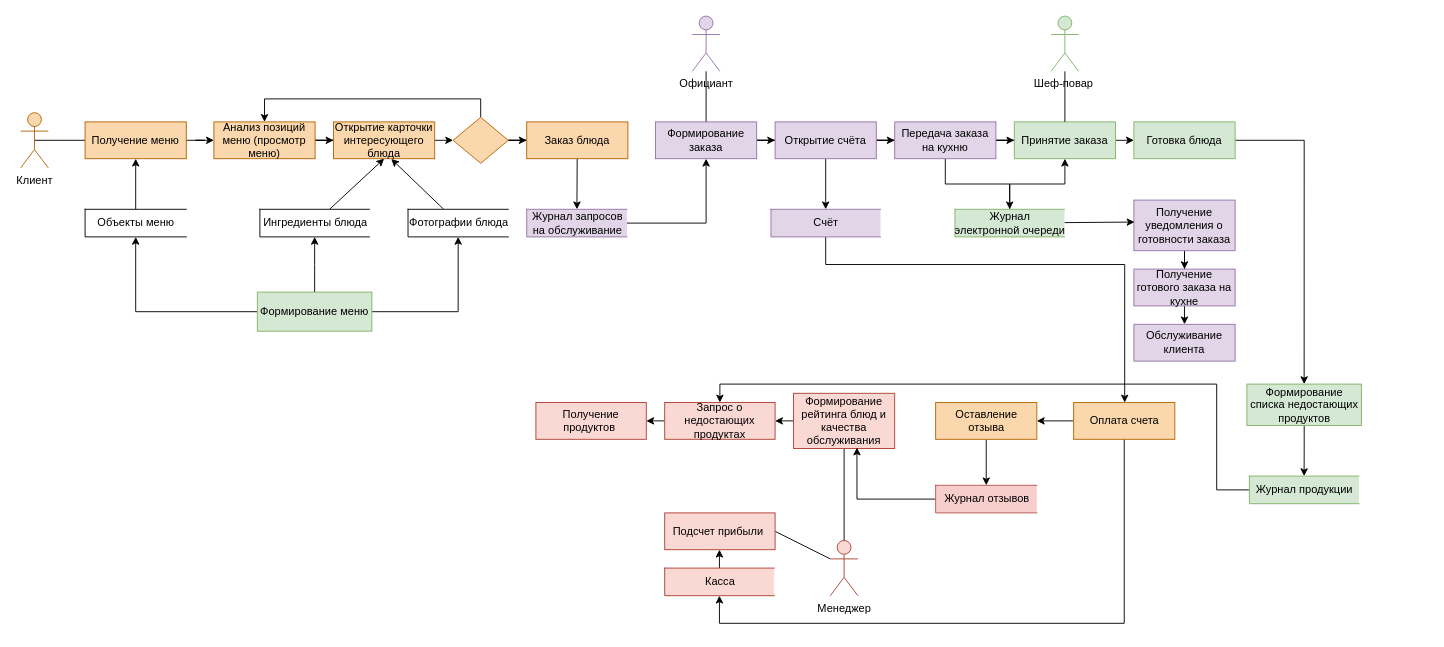
Earlier version of the draw.io diagram DFD-diagram.drawio (maria-kuchina262002/mypracticework). Source tidied: cells renumbered, new cells numbered last; positions are measured from the earlier drawing's top-left corner, leaving out a move shared by most shapes. Both pictures are drawn from the tidied source at 92%, with x=0, y=0 at pixel (20, 16).
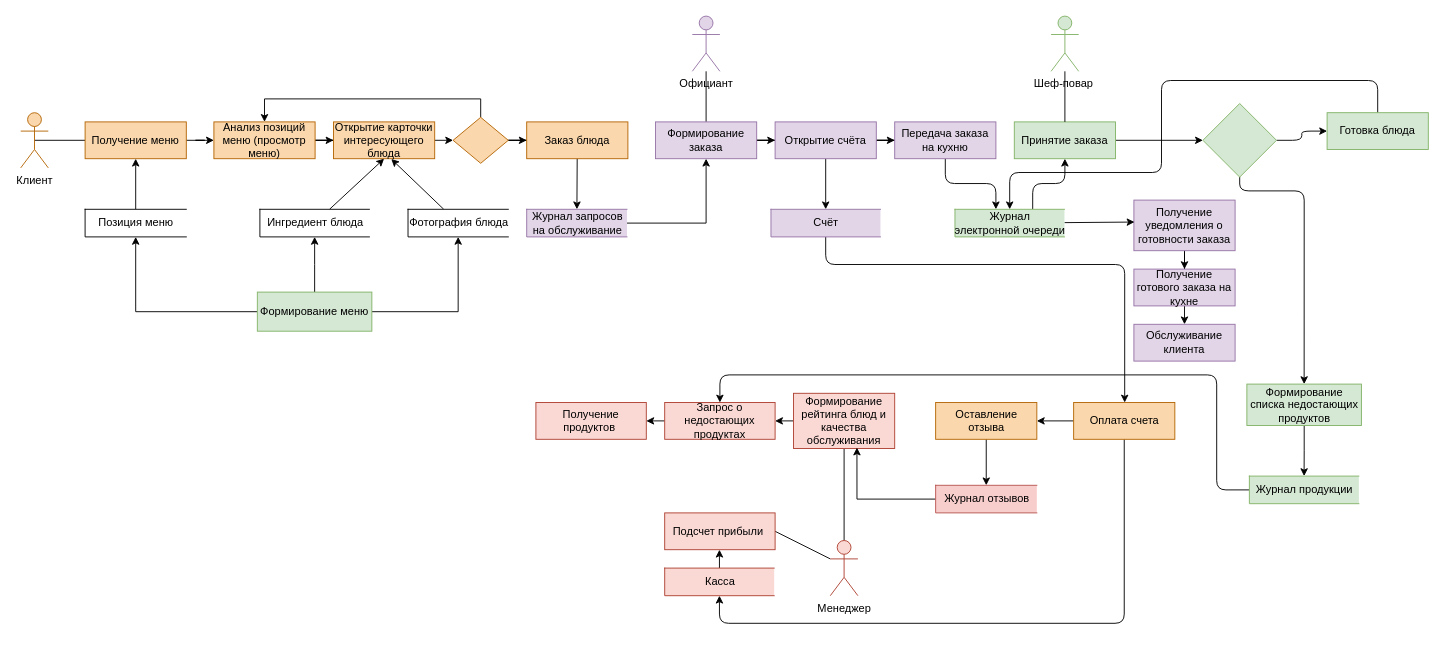
The same diagram, later.

The change refers to these unchanged cells:
```xml
<mxCell id="24" value="Передача заказа на кухню" style="rounded=0;whiteSpace=wrap;html=1;fillColor=#e1d5e7;strokeColor=#9673a6;" parent="1" vertex="1">
  <mxGeometry x="950" y="115" width="110" height="40" as="geometry" />
</mxCell>
<mxCell id="26" value="Принятие заказа" style="rounded=0;whiteSpace=wrap;html=1;fillColor=#d5e8d4;strokeColor=#82b366;" parent="1" vertex="1">
  <mxGeometry x="1080" y="115" width="110" height="40" as="geometry" />
</mxCell>
<mxCell id="34" value="Оплата счета" style="rounded=0;whiteSpace=wrap;html=1;fillColor=#fad7ac;strokeColor=#b46504;" parent="1" vertex="1">
  <mxGeometry x="1144.5" y="420" width="110" height="40" as="geometry" />
</mxCell>
<mxCell id="42" value="Запрос о недостающих продуктах" style="rounded=0;whiteSpace=wrap;html=1;fillColor=#fad9d5;strokeColor=#ae4132;" parent="1" vertex="1">
  <mxGeometry x="700" y="420" width="120" height="40" as="geometry" />
</mxCell>
<mxCell id="58" value="Журнал &lt;br&gt;электронной очереди" style="html=1;dashed=0;whitespace=wrap;shape=partialRectangle;right=0;fillColor=#d5e8d4;strokeColor=#82b366;" parent="1" vertex="1">
  <mxGeometry x="1015.5" y="210" width="119" height="30" as="geometry" />
</mxCell>
<mxCell id="62" value="Касса" style="html=1;dashed=0;whitespace=wrap;shape=partialRectangle;right=0;fillColor=#fad9d5;strokeColor=#ae4132;" parent="1" vertex="1">
  <mxGeometry x="700" y="600" width="119" height="30" as="geometry" />
</mxCell>
<mxCell id="68" value="Формирование списка недостающих продуктов" style="rounded=0;whiteSpace=wrap;html=1;fillColor=#d5e8d4;strokeColor=#82b366;" parent="1" vertex="1">
  <mxGeometry x="1332.8" y="400" width="124.5" height="45" as="geometry" />
</mxCell>
<mxCell id="69" value="Журнал продукции" style="html=1;dashed=0;whitespace=wrap;shape=partialRectangle;right=0;fillColor=#d5e8d4;strokeColor=#82b366;" parent="1" vertex="1">
  <mxGeometry x="1335.5" y="500" width="119" height="30" as="geometry" />
</mxCell>
<mxCell id="71" value="Счёт" style="html=1;dashed=0;whitespace=wrap;shape=partialRectangle;right=0;fillColor=#e1d5e7;strokeColor=#9673a6;" parent="1" vertex="1">
  <mxGeometry x="815.5" y="210" width="119" height="30" as="geometry" />
</mxCell>
```

The edit, as a diff of the source:
```diff
@@
-    <mxCell id="22" style="edgeStyle=orthogonalEdgeStyle;rounded=0;jettySize=auto;html=1;exitX=1;exitY=0.5;exitDx=0;exitDy=0;endArrow=classic;endFill=1;strokeColor=default;" parent="1" edge="1" source="24" target="26">
-      <mxGeometry relative="1" as="geometry" />
-    </mxCell>
-    <mxCell id="23" style="edgeStyle=orthogonalEdgeStyle;rounded=0;jettySize=auto;html=1;" parent="1" edge="1" source="24" target="58">
-      <mxGeometry relative="1" as="geometry" />
+    <mxCell id="23" style="edgeStyle=orthogonalEdgeStyle;rounded=1;jettySize=auto;html=1;" parent="1" edge="1" source="24" target="58">
+      <mxGeometry relative="1" as="geometry">
+        <Array as="points">
+          <mxPoint x="1005" y="182" />
+          <mxPoint x="1060" y="182" />
+        </Array>
+      </mxGeometry>
     </mxCell>
@@
-    <mxCell id="25" style="edgeStyle=none;rounded=0;jettySize=auto;html=1;startArrow=none;startFill=0;endArrow=classic;endFill=1;" parent="1" edge="1" source="26">
-      <mxGeometry relative="1" as="geometry">
-        <mxPoint x="1210" y="135" as="targetPoint" />
-      </mxGeometry>
-    </mxCell>
+    <mxCell id="76" style="edgeStyle=orthogonalEdgeStyle;rounded=1;jettySize=auto;html=1;" parent="1" edge="1" source="26" target="79">
+      <mxGeometry relative="1" as="geometry" />
+    </mxCell>
@@
-    <mxCell id="33" style="edgeStyle=orthogonalEdgeStyle;rounded=0;jettySize=auto;html=1;entryX=0.5;entryY=1;entryDx=0;entryDy=0;startArrow=none;startFill=0;endArrow=classic;endFill=1;" parent="1" edge="1" source="34" target="62">
+    <mxCell id="33" style="edgeStyle=orthogonalEdgeStyle;rounded=1;jettySize=auto;html=1;entryX=0.5;entryY=1;entryDx=0;entryDy=0;startArrow=none;startFill=0;endArrow=classic;endFill=1;" parent="1" edge="1" source="34" target="62">
       <mxGeometry relative="1" as="geometry">
         <Array as="points">
           <mxPoint x="1200" y="660" />
           <mxPoint x="760" y="660" />
         </Array>
       </mxGeometry>
     </mxCell>
@@
-    <mxCell id="41" style="edgeStyle=orthogonalEdgeStyle;rounded=0;jettySize=auto;html=1;entryX=0;entryY=0.5;entryDx=0;entryDy=0;startArrow=classic;startFill=1;endArrow=none;endFill=0;" parent="1" edge="1" source="42" target="69">
+    <mxCell id="41" style="edgeStyle=orthogonalEdgeStyle;rounded=1;jettySize=auto;html=1;entryX=0;entryY=0.5;entryDx=0;entryDy=0;startArrow=classic;startFill=1;endArrow=none;endFill=0;" parent="1" edge="1" source="42" target="69">
       <mxGeometry relative="1" as="geometry">
         <Array as="points">
-          <mxPoint x="760" y="400" />
-          <mxPoint x="1300" y="400" />
+          <mxPoint x="760" y="390" />
+          <mxPoint x="1300" y="390" />
           <mxPoint x="1300" y="515" />
         </Array>
       </mxGeometry>
     </mxCell>
@@
-    <mxCell id="48" value="Объекты меню" style="html=1;dashed=0;whitespace=wrap;shape=partialRectangle;right=0;" parent="1" vertex="1">
+    <mxCell id="48" value="Позиция меню" style="html=1;dashed=0;whitespace=wrap;shape=partialRectangle;right=0;" parent="1" vertex="1">
       <mxGeometry x="70" y="210" width="110" height="30" as="geometry" />
     </mxCell>
@@
-    <mxCell id="50" value="Ингредиенты блюда" style="html=1;dashed=0;whitespace=wrap;shape=partialRectangle;right=0;" parent="1" vertex="1">
+    <mxCell id="50" value="Ингредиент блюда" style="html=1;dashed=0;whitespace=wrap;shape=partialRectangle;right=0;" parent="1" vertex="1">
       <mxGeometry x="260" y="210" width="119" height="30" as="geometry" />
     </mxCell>
@@
-    <mxCell id="52" value="Фотографии блюда" style="html=1;dashed=0;whitespace=wrap;shape=partialRectangle;right=0;" parent="1" vertex="1">
+    <mxCell id="52" value="Фотография блюда" style="html=1;dashed=0;whitespace=wrap;shape=partialRectangle;right=0;" parent="1" vertex="1">
       <mxGeometry x="421" y="210" width="109" height="30" as="geometry" />
     </mxCell>
@@
-    <mxCell id="56" style="edgeStyle=orthogonalEdgeStyle;rounded=0;jettySize=auto;html=1;entryX=0.5;entryY=1;entryDx=0;entryDy=0;" parent="1" edge="1" source="58" target="26">
-      <mxGeometry relative="1" as="geometry" />
+    <mxCell id="56" style="edgeStyle=orthogonalEdgeStyle;rounded=1;jettySize=auto;html=1;entryX=0.5;entryY=1;entryDx=0;entryDy=0;" parent="1" edge="1" source="58" target="26">
+      <mxGeometry relative="1" as="geometry">
+        <Array as="points">
+          <mxPoint x="1100" y="182" />
+          <mxPoint x="1135" y="182" />
+        </Array>
+      </mxGeometry>
     </mxCell>
@@
-    <mxCell id="65" style="edgeStyle=orthogonalEdgeStyle;rounded=0;jettySize=auto;html=1;entryX=0.5;entryY=0;entryDx=0;entryDy=0;startArrow=none;startFill=0;endArrow=classic;endFill=1;" parent="1" edge="1" source="66" target="68">
-      <mxGeometry relative="1" as="geometry" />
+    <mxCell id="65" style="edgeStyle=orthogonalEdgeStyle;rounded=1;jettySize=auto;html=1;entryX=0.5;entryY=0;entryDx=0;entryDy=0;startArrow=none;startFill=0;endArrow=classic;endFill=1;" parent="1" edge="1" source="79" target="68">
+      <mxGeometry relative="1" as="geometry">
+        <Array as="points">
+          <mxPoint x="1325" y="190" />
+          <mxPoint x="1395" y="190" />
+        </Array>
+      </mxGeometry>
     </mxCell>
+    <mxCell id="77" style="edgeStyle=orthogonalEdgeStyle;rounded=1;jettySize=auto;html=1;" parent="1" edge="1" source="66" target="58">
+      <mxGeometry relative="1" as="geometry">
+        <Array as="points">
+          <mxPoint x="1475" y="70" />
+          <mxPoint x="1240" y="70" />
+          <mxPoint x="1240" y="170" />
+          <mxPoint x="1075" y="170" />
+        </Array>
+      </mxGeometry>
+    </mxCell>
     <mxCell id="66" value="Готовка блюда" style="rounded=0;whiteSpace=wrap;html=1;fillColor=#d5e8d4;strokeColor=#82b366;" parent="1" vertex="1">
-      <mxGeometry x="1210" y="115" width="110" height="40" as="geometry" />
+      <mxGeometry x="1420" y="105" width="110" height="40" as="geometry" />
     </mxCell>
@@
-    <mxCell id="70" style="edgeStyle=orthogonalEdgeStyle;rounded=0;jettySize=auto;html=1;startArrow=none;startFill=0;endArrow=classic;endFill=1;" parent="1" edge="1" source="71" target="34">
+    <mxCell id="70" style="edgeStyle=orthogonalEdgeStyle;rounded=1;jettySize=auto;html=1;startArrow=none;startFill=0;endArrow=classic;endFill=1;" parent="1" edge="1" source="71" target="34">
       <mxGeometry relative="1" as="geometry">
         <Array as="points">
           <mxPoint x="875" y="270" />
           <mxPoint x="1200" y="270" />
         </Array>
       </mxGeometry>
     </mxCell>
@@
+    <mxCell id="78" style="edgeStyle=orthogonalEdgeStyle;rounded=1;jettySize=auto;html=1;" parent="1" edge="1" source="79" target="66">
+      <mxGeometry relative="1" as="geometry" />
+    </mxCell>
+    <mxCell id="79" style="rhombus;whiteSpace=wrap;html=1;rounded=0;strokeColor=#82b366;fillColor=#d5e8d4;" parent="1" vertex="1">
+      <mxGeometry x="1285" y="95" width="80" height="80" as="geometry" />
+    </mxCell>
```
